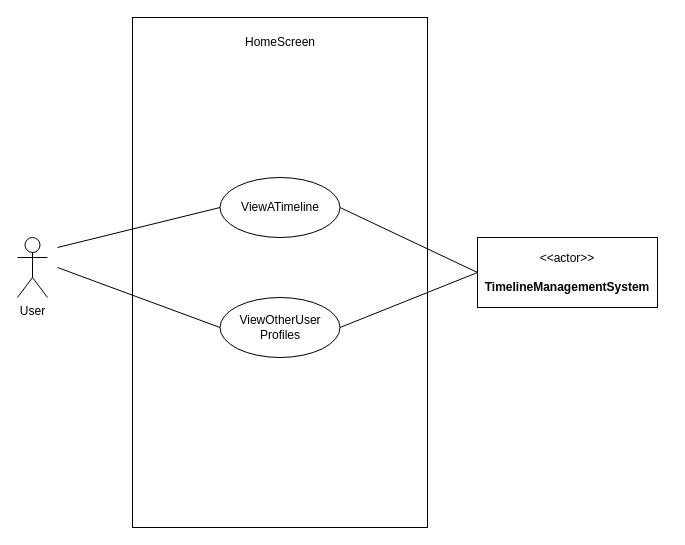
The draw.io diagram page "HomeScreen" (4 of 16) of Week-7-Team-04-Use Case Diagrams (2).drawio in Vaibhav-G-Parmar/Chronicle-Your-Ultimate-Travel-Companion, before the edit. Source tidied: cells renumbered, new cells numbered last; positions are measured from the earlier drawing's top-left corner, leaving out a move shared by most shapes. Both pictures are drawn from the tidied source at 100%, with x=0, y=0 at pixel (17, 17).
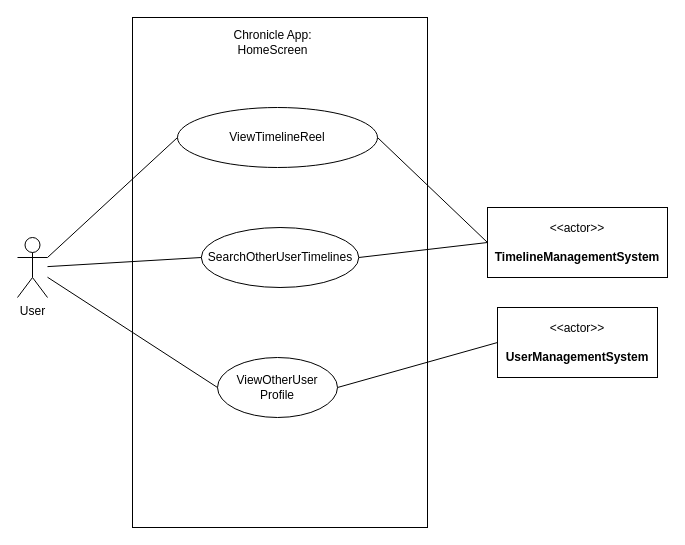
Above is the later version.

What changed in the source:
```diff
@@
 <mxGraphModel>
   <root>
     <mxCell id="0" />
     <mxCell id="1" parent="0" />
     <mxCell id="2" value="&lt;h2&gt;&lt;br&gt;&lt;/h2&gt;" style="rounded=0;whiteSpace=wrap;html=1;align=center;" parent="1" vertex="1">
       <mxGeometry x="115" width="295" height="510" as="geometry" />
     </mxCell>
-    <mxCell id="3" value="ViewATimeline" style="ellipse;whiteSpace=wrap;html=1;" parent="1" vertex="1">
-      <mxGeometry x="202.5" y="160" width="120" height="60" as="geometry" />
+    <mxCell id="3" value="ViewTimelineReel" style="ellipse;whiteSpace=wrap;html=1;" parent="1" vertex="1">
+      <mxGeometry x="160" y="90" width="200" height="60" as="geometry" />
     </mxCell>
     <mxCell id="4" value="User&lt;br&gt;" style="shape=umlActor;verticalLabelPosition=bottom;verticalAlign=top;html=1;outlineConnect=0;" parent="1" vertex="1">
       <mxGeometry y="220" width="30" height="60" as="geometry" />
     </mxCell>
     <mxCell id="5" value="&amp;lt;&amp;lt;actor&amp;gt;&amp;gt;&lt;br&gt;&lt;b&gt;&lt;br&gt;TimelineManagementSystem&lt;br&gt;&lt;/b&gt;" style="html=1;align=center;verticalAlign=middle;dashed=0;whiteSpace=wrap;" parent="1" vertex="1">
-      <mxGeometry x="460" y="220" width="180" height="70" as="geometry" />
+      <mxGeometry x="470" y="190" width="180" height="70" as="geometry" />
     </mxCell>
-    <mxCell id="6" style="endArrow=none;html=1;rounded=0;entryX=0;entryY=0.5;entryDx=0;entryDy=0;" parent="1" edge="1" target="3">
-      <mxGeometry relative="1" as="geometry">
-        <mxPoint x="40" y="230" as="sourcePoint" />
-      </mxGeometry>
+    <mxCell id="6" style="endArrow=none;html=1;rounded=0;entryX=0;entryY=0.5;entryDx=0;entryDy=0;exitX=1;exitY=0.3333333333333333;exitDx=0;exitDy=0;exitPerimeter=0;" parent="1" edge="1" source="4" target="3">
+      <mxGeometry relative="1" as="geometry" />
     </mxCell>
-    <mxCell id="7" value="HomeScreen" style="text;html=1;strokeColor=none;fillColor=none;align=center;verticalAlign=middle;whiteSpace=wrap;rounded=0;" parent="1" vertex="1">
-      <mxGeometry x="232.5" y="10" width="60" height="30" as="geometry" />
+    <mxCell id="7" value="Chronicle App:&lt;br&gt;HomeScreen" style="text;html=1;strokeColor=none;fillColor=none;align=center;verticalAlign=middle;whiteSpace=wrap;rounded=0;" parent="1" vertex="1">
+      <mxGeometry x="204" y="10" width="102.5" height="30" as="geometry" />
     </mxCell>
-    <mxCell id="8" value="ViewOtherUser Profiles" style="ellipse;whiteSpace=wrap;html=1;" parent="1" vertex="1">
-      <mxGeometry x="202.5" y="280" width="120" height="60" as="geometry" />
+    <mxCell id="8" value="ViewOtherUser Profile" style="ellipse;whiteSpace=wrap;html=1;" parent="1" vertex="1">
+      <mxGeometry x="200" y="340" width="120" height="60" as="geometry" />
     </mxCell>
-    <mxCell id="9" style="endArrow=none;html=1;rounded=0;entryX=0;entryY=0.5;entryDx=0;entryDy=0;" parent="1" edge="1" target="8">
-      <mxGeometry relative="1" as="geometry">
-        <mxPoint x="40" y="250" as="sourcePoint" />
-      </mxGeometry>
+    <mxCell id="9" style="endArrow=none;html=1;rounded=0;entryX=0;entryY=0.5;entryDx=0;entryDy=0;" parent="1" edge="1" source="4" target="8">
+      <mxGeometry relative="1" as="geometry" />
     </mxCell>
     <mxCell id="10" style="endArrow=none;html=1;rounded=0;entryX=0;entryY=0.5;entryDx=0;entryDy=0;exitX=1;exitY=0.5;exitDx=0;exitDy=0;" parent="1" edge="1" source="3" target="5">
       <mxGeometry relative="1" as="geometry" />
     </mxCell>
-    <mxCell id="11" style="endArrow=none;html=1;rounded=0;entryX=0;entryY=0.5;entryDx=0;entryDy=0;exitX=1;exitY=0.5;exitDx=0;exitDy=0;" parent="1" edge="1" source="8" target="5">
+    <mxCell id="11" style="endArrow=none;html=1;rounded=0;entryX=0;entryY=0.5;entryDx=0;entryDy=0;exitX=1;exitY=0.5;exitDx=0;exitDy=0;" parent="1" edge="1" source="8" target="15">
       <mxGeometry relative="1" as="geometry" />
     </mxCell>
+    <mxCell id="12" value="SearchOtherUserTimelines" style="ellipse;whiteSpace=wrap;html=1;" parent="1" vertex="1">
+      <mxGeometry x="183.8" y="210" width="157.5" height="60" as="geometry" />
+    </mxCell>
+    <mxCell id="13" style="endArrow=none;html=1;rounded=0;entryX=0;entryY=0.5;entryDx=0;entryDy=0;" parent="1" edge="1" source="4" target="12">
+      <mxGeometry relative="1" as="geometry" />
+    </mxCell>
+    <mxCell id="14" style="endArrow=none;html=1;rounded=0;exitX=1;exitY=0.5;exitDx=0;exitDy=0;entryX=0;entryY=0.5;entryDx=0;entryDy=0;" parent="1" edge="1" source="12" target="5">
+      <mxGeometry relative="1" as="geometry" />
+    </mxCell>
+    <mxCell id="15" value="&amp;lt;&amp;lt;actor&amp;gt;&amp;gt;&lt;br&gt;&lt;br&gt;&lt;b&gt;UserManagementSystem&lt;br&gt;&lt;/b&gt;" style="html=1;align=center;verticalAlign=middle;dashed=0;whiteSpace=wrap;" parent="1" vertex="1">
+      <mxGeometry x="480" y="290" width="160" height="70" as="geometry" />
+    </mxCell>
   </root>
 </mxGraphModel>
```
